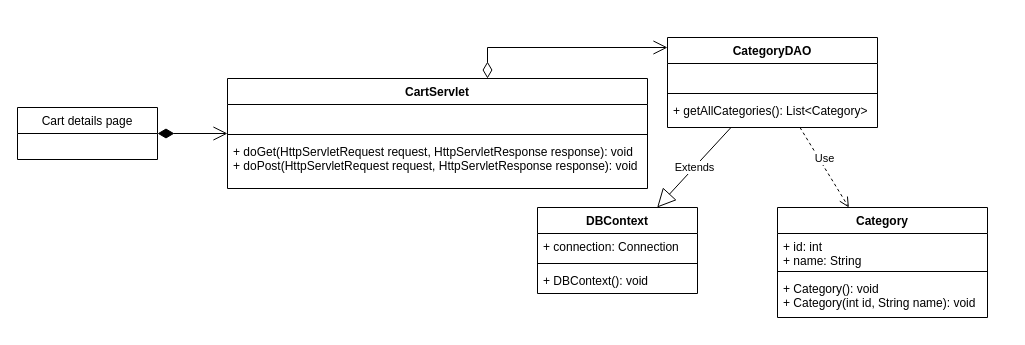
Above: page "cart" (3 of 6) of te7.drawio in baspdd/desktop-tutorial (draw.io), before the change. Source tidied: cells renumbered, new cells numbered last; positions are measured from the earlier drawing's top-left corner, leaving out a move shared by most shapes. Both pictures are drawn from the tidied source at 100%, with x=0, y=0 at pixel (17, 37).
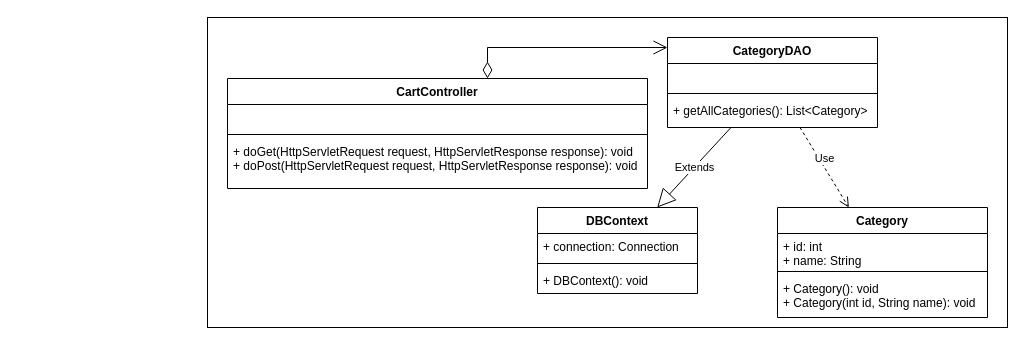
The same diagram, later.

Change to the diagram source:
```diff
@@
-    <mxCell id="2" value="Cart details page" style="swimlane;fontStyle=0;horizontal=1;startSize=26;fillColor=none;" parent="1" vertex="1">
-      <mxGeometry y="70" width="140" height="52" as="geometry" />
-    </mxCell>
-    <mxCell id="3" value=" " style="text;strokeColor=none;fillColor=none;align=left;verticalAlign=top;spacingLeft=4;spacingRight=4;overflow=hidden;" parent="2" vertex="1">
-      <mxGeometry y="26" width="140" height="26" as="geometry" />
-    </mxCell>
-    <mxCell id="4" style="endArrow=open;html=1;endSize=12;startArrow=diamondThin;startSize=14;startFill=1;edgeStyle=orthogonalEdgeStyle;align=left;verticalAlign=bottom;rounded=0;" parent="1" edge="1" source="2" target="5">
-      <mxGeometry x="-0.5" y="106" relative="1" as="geometry">
-        <Array as="points">
-          <mxPoint x="220" y="96" />
-          <mxPoint x="220" y="96" />
-        </Array>
-        <mxPoint y="1" as="offset" />
-      </mxGeometry>
-    </mxCell>
+    <mxCell id="24" style="rounded=0;whiteSpace=wrap;html=1;" parent="1" vertex="1">
+      <mxGeometry x="190" y="-20" width="800" height="310" as="geometry" />
+    </mxCell>
-    <mxCell id="5" value="CartServlet" style="swimlane;fontStyle=1;align=center;verticalAlign=top;horizontal=1;startSize=26;" parent="1" vertex="1">
+    <mxCell id="5" value="CartController" style="swimlane;fontStyle=1;align=center;verticalAlign=top;horizontal=1;startSize=26;" parent="1" vertex="1">
       <mxGeometry x="210" y="41" width="420" height="110" as="geometry" />
     </mxCell>
```
